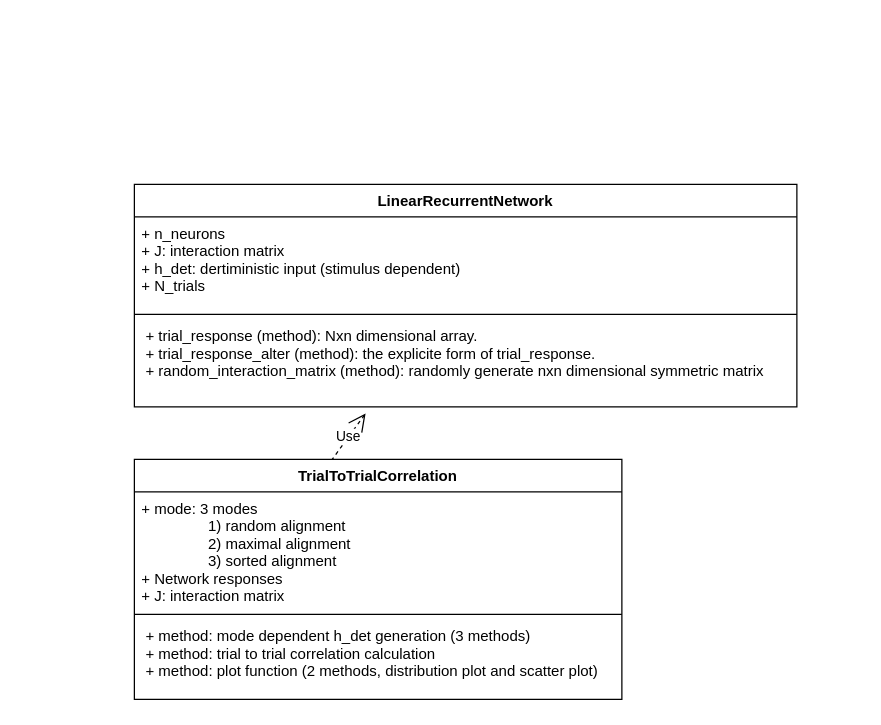
rzhou-space/MA_Networks keeps this draw.io diagram as 1D_RNN.drawio. Above is the earlier version. Source tidied: cells renumbered, new cells numbered last; positions are measured from the earlier drawing's top-left corner, leaving out a move shared by most shapes. Both pictures are drawn from the tidied source at 125%, with x=0, y=0 at pixel (134, 184).
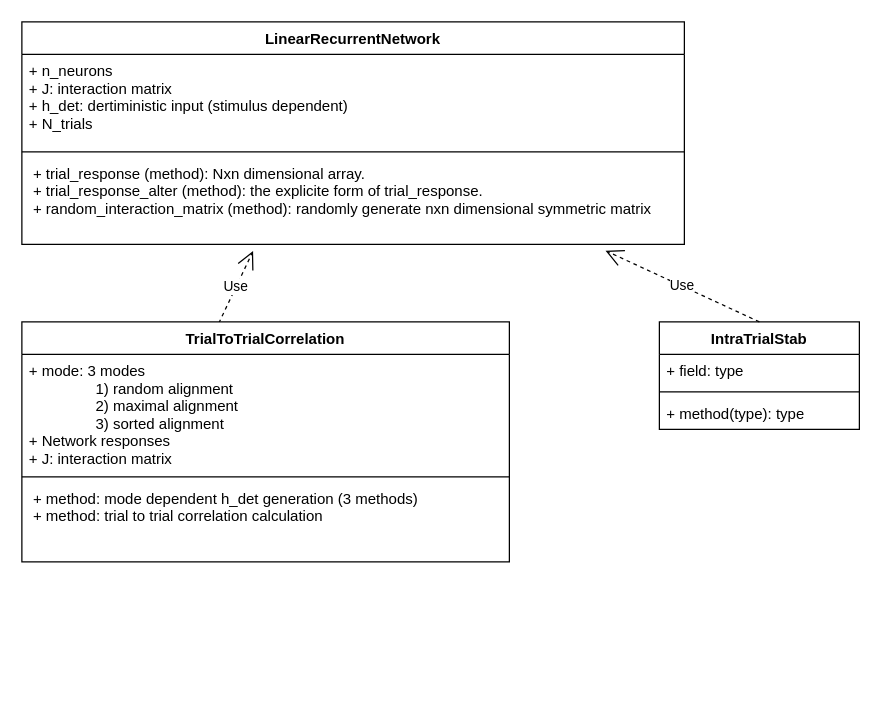
The same diagram, later.

Change to the diagram source:
```diff
@@
 <mxGraphModel>
   <root>
     <mxCell id="0" />
     <mxCell id="1" parent="0" />
     <mxCell id="2" value="LinearRecurrentNetwork" style="swimlane;fontStyle=1;align=center;verticalAlign=top;horizontal=1;startSize=26;" parent="1" vertex="1">
-      <mxGeometry width="530" height="178" as="geometry" />
+      <mxGeometry x="-90" y="-130" width="530" height="178" as="geometry" />
     </mxCell>
     <mxCell id="3" value="+ n_neurons&#10;+ J: interaction matrix&#10;+ h_det: dertiministic input (stimulus dependent)&#10;+ N_trials" style="text;strokeColor=none;fillColor=none;align=left;verticalAlign=top;spacingLeft=4;spacingRight=4;overflow=hidden;" parent="2" vertex="1">
       <mxGeometry y="26" width="530" height="74" as="geometry" />
     </mxCell>
     <mxCell id="4" style="line;strokeWidth=1;fillColor=none;align=left;verticalAlign=middle;spacingTop=-1;spacingLeft=3;spacingRight=3;labelPosition=right;" parent="2" vertex="1">
       <mxGeometry y="100" width="530" height="8" as="geometry" />
     </mxCell>
     <mxCell id="5" value=" + trial_response (method): Nxn dimensional array.&#10; + trial_response_alter (method): the explicite form of trial_response.&#10; + random_interaction_matrix (method): randomly generate nxn dimensional symmetric matrix &#10; " style="text;strokeColor=none;fillColor=none;align=left;verticalAlign=top;spacingLeft=4;spacingRight=4;overflow=hidden;points=[[0,0.5],[1,0.5]];portConstraint=eastwest;" parent="2" vertex="1">
       <mxGeometry y="108" width="530" height="70" as="geometry" />
     </mxCell>
     <mxCell id="6" value="Use" style="endArrow=open;endSize=12;dashed=1;html=1;rounded=0;entryX=0.349;entryY=1.076;entryDx=0;entryDy=0;entryPerimeter=0;exitX=0.404;exitY=0.005;exitDx=0;exitDy=0;exitPerimeter=0;" parent="1" edge="1" source="7" target="5">
       <mxGeometry relative="1" as="geometry" />
     </mxCell>
     <mxCell id="7" value="TrialToTrialCorrelation" style="swimlane;fontStyle=1;align=center;verticalAlign=top;horizontal=1;startSize=26;" parent="1" vertex="1">
-      <mxGeometry y="220" width="390" height="192" as="geometry" />
+      <mxGeometry x="-90" y="110" width="390" height="192" as="geometry" />
     </mxCell>
     <mxCell id="8" value="+ mode: 3 modes&#10;                1) random alignment&#10;                2) maximal alignment&#10;                3) sorted alignment&#10;+ Network responses&#10;+ J: interaction matrix&#10; &#10;" style="text;strokeColor=none;fillColor=none;align=left;verticalAlign=top;spacingLeft=4;spacingRight=4;overflow=hidden;" parent="7" vertex="1">
       <mxGeometry y="26" width="390" height="94" as="geometry" />
     </mxCell>
     <mxCell id="9" style="line;strokeWidth=1;fillColor=none;align=left;verticalAlign=middle;spacingTop=-1;spacingLeft=3;spacingRight=3;labelPosition=right;" parent="7" vertex="1">
       <mxGeometry y="120" width="390" height="8" as="geometry" />
     </mxCell>
-    <mxCell id="10" value=" + method: mode dependent h_det generation (3 methods)&#10; + method: trial to trial correlation calculation&#10; + method: plot function (2 methods, distribution plot and scatter plot)&#10; " style="text;strokeColor=none;fillColor=none;align=left;verticalAlign=top;spacingLeft=4;spacingRight=4;overflow=hidden;" parent="7" vertex="1">
+    <mxCell id="10" value=" + method: mode dependent h_det generation (3 methods)&#10; + method: trial to trial correlation calculation" style="text;strokeColor=none;fillColor=none;align=left;verticalAlign=top;spacingLeft=4;spacingRight=4;overflow=hidden;" parent="7" vertex="1">
       <mxGeometry y="128" width="390" height="64" as="geometry" />
     </mxCell>
+    <mxCell id="11" value="IntraTrialStab" style="swimlane;fontStyle=1;align=center;verticalAlign=top;horizontal=1;startSize=26;whiteSpace=wrap;html=1;" parent="1" vertex="1">
+      <mxGeometry x="420" y="110" width="160" height="86" as="geometry" />
+    </mxCell>
+    <mxCell id="12" value="+ field: type" style="text;strokeColor=none;fillColor=none;align=left;verticalAlign=top;spacingLeft=4;spacingRight=4;overflow=hidden;whiteSpace=wrap;html=1;" parent="11" vertex="1">
+      <mxGeometry y="26" width="160" height="26" as="geometry" />
+    </mxCell>
+    <mxCell id="13" style="line;strokeWidth=1;fillColor=none;align=left;verticalAlign=middle;spacingTop=-1;spacingLeft=3;spacingRight=3;labelPosition=right;strokeColor=inherit;" parent="11" vertex="1">
+      <mxGeometry y="52" width="160" height="8" as="geometry" />
+    </mxCell>
+    <mxCell id="14" value="+ method(type): type" style="text;strokeColor=none;fillColor=none;align=left;verticalAlign=top;spacingLeft=4;spacingRight=4;overflow=hidden;whiteSpace=wrap;html=1;" parent="11" vertex="1">
+      <mxGeometry y="60" width="160" height="26" as="geometry" />
+    </mxCell>
+    <mxCell id="15" value="Use" style="endArrow=open;endSize=12;dashed=1;html=1;rounded=0;entryX=0.881;entryY=1.072;entryDx=0;entryDy=0;entryPerimeter=0;exitX=0.5;exitY=0;exitDx=0;exitDy=0;" parent="1" edge="1" source="11" target="5">
+      <mxGeometry relative="1" as="geometry" />
+    </mxCell>
   </root>
 </mxGraphModel>
```
